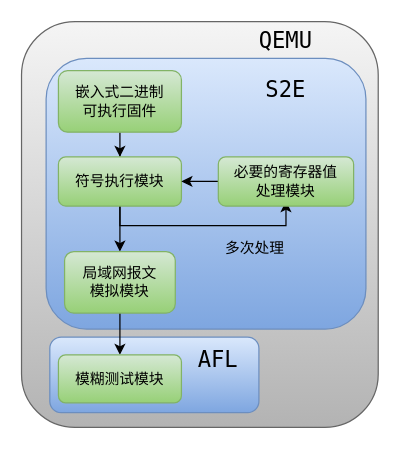
dingiso/TEST_For_Everything keeps this draw.io diagram as page "系统结构" (1 of 6) of DrawIO/BSThesis.drawio. Above is the earlier version. Source tidied: cells renumbered, new cells numbered last; positions are measured from the earlier drawing's top-left corner, leaving out a move shared by most shapes. Both pictures are drawn from the tidied source at 123%, with x=0, y=0 at pixel (21, 21).
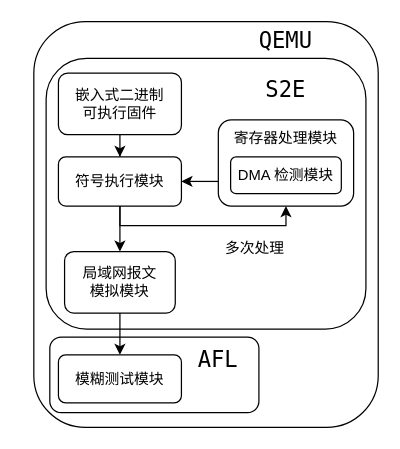
Above is the later version.

Diff of the diagram source:
```diff
@@
-    <mxCell id="2" style="rounded=1;whiteSpace=wrap;html=1;fontFamily=Lucida Console;fillColor=#f5f5f5;gradientColor=#b3b3b3;strokeColor=#666666;" parent="1" vertex="1">
-      <mxGeometry width="290" height="330" as="geometry" />
+    <mxCell id="2" style="rounded=1;whiteSpace=wrap;html=1;fontFamily=Lucida Console;" parent="1" vertex="1">
+      <mxGeometry x="10" width="280" height="330" as="geometry" />
     </mxCell>
-    <mxCell id="3" style="rounded=1;whiteSpace=wrap;html=1;strokeWidth=1;fontFamily=Lucida Console;fillColor=#dae8fc;gradientColor=#7ea6e0;strokeColor=#6c8ebf;" parent="1" vertex="1">
+    <mxCell id="3" style="rounded=1;whiteSpace=wrap;html=1;strokeWidth=1;fontFamily=Lucida Console;" parent="1" vertex="1">
       <mxGeometry x="20" y="30" width="260" height="220" as="geometry" />
     </mxCell>
@@
-    <mxCell id="5" value="&lt;div&gt;嵌入式二进制&lt;/div&gt;&lt;div&gt;可执行固件&lt;/div&gt;" style="rounded=1;whiteSpace=wrap;html=1;fontFamily=Lucida Console;fillColor=#d5e8d4;gradientColor=#97d077;strokeColor=#82b366;" parent="1" vertex="1">
-      <mxGeometry x="30" y="40" width="100" height="50" as="geometry" />
+    <mxCell id="5" value="&lt;div&gt;嵌入式二进制&lt;/div&gt;&lt;div&gt;可执行固件&lt;/div&gt;" style="rounded=1;whiteSpace=wrap;html=1;fontFamily=Lucida Console;" parent="1" vertex="1">
+      <mxGeometry x="30" y="42" width="100" height="50" as="geometry" />
     </mxCell>
@@
-    <mxCell id="7" style="edgeStyle=orthogonalEdgeStyle;rounded=0;orthogonalLoop=1;jettySize=auto;html=1;entryX=0.5;entryY=1;entryDx=0;entryDy=0;fontFamily=Lucida Console;" parent="1" edge="1">
+    <mxCell id="7" style="edgeStyle=orthogonalEdgeStyle;rounded=0;jettySize=auto;html=1;entryX=0.5;entryY=1;entryDx=0;entryDy=0;fontFamily=Lucida Console;" parent="1" edge="1" target="10">
       <mxGeometry relative="1" as="geometry">
         <mxPoint x="80" y="146" as="sourcePoint" />
-        <mxPoint x="215" y="146" as="targetPoint" />
         <Array as="points">
           <mxPoint x="80" y="166" />
           <mxPoint x="215" y="166" />
         </Array>
       </mxGeometry>
     </mxCell>
-    <mxCell id="8" value="符号执行模块" style="rounded=1;whiteSpace=wrap;html=1;fontFamily=Lucida Console;fillColor=#d5e8d4;gradientColor=#97d077;strokeColor=#82b366;" parent="1" vertex="1">
+    <mxCell id="8" value="符号执行模块" style="rounded=1;whiteSpace=wrap;html=1;fontFamily=Lucida Console;" parent="1" vertex="1">
       <mxGeometry x="30" y="110" width="100" height="40" as="geometry" />
     </mxCell>
     <mxCell id="9" style="edgeStyle=orthogonalEdgeStyle;rounded=0;jettySize=auto;html=1;entryX=1;entryY=0.5;entryDx=0;entryDy=0;fontFamily=Lucida Console;" parent="1" edge="1" source="10" target="8">
-      <mxGeometry relative="1" as="geometry" />
+      <mxGeometry relative="1" as="geometry">
+        <Array as="points">
+          <mxPoint x="150" y="130" />
+          <mxPoint x="150" y="130" />
+        </Array>
+      </mxGeometry>
     </mxCell>
-    <mxCell id="10" value="&lt;div&gt;必要的寄存器值&lt;/div&gt;&lt;div&gt;处理模块&lt;/div&gt;" style="rounded=1;whiteSpace=wrap;html=1;fontFamily=Lucida Console;fillColor=#d5e8d4;gradientColor=#97d077;strokeColor=#82b366;" parent="1" vertex="1">
-      <mxGeometry x="160" y="110" width="110" height="40" as="geometry" />
+    <mxCell id="10" style="rounded=1;whiteSpace=wrap;html=1;fontFamily=Lucida Console;" parent="1" vertex="1">
+      <mxGeometry x="160" y="80" width="110" height="70" as="geometry" />
     </mxCell>
-    <mxCell id="11" style="rounded=1;whiteSpace=wrap;html=1;fontFamily=Lucida Console;fillColor=#dae8fc;gradientColor=#7ea6e0;strokeColor=#6c8ebf;" parent="1" vertex="1">
+    <mxCell id="11" style="rounded=1;whiteSpace=wrap;html=1;fontFamily=Lucida Console;" parent="1" vertex="1">
       <mxGeometry x="23" y="256.5" width="170" height="61.5" as="geometry" />
     </mxCell>
@@
-    <mxCell id="13" value="&lt;div&gt;局域网报文&lt;/div&gt;&lt;div&gt;模拟模块&lt;/div&gt;" style="rounded=1;whiteSpace=wrap;html=1;fontFamily=Lucida Console;fillColor=#d5e8d4;gradientColor=#97d077;strokeColor=#82b366;" parent="1" vertex="1">
+    <mxCell id="13" value="&lt;div&gt;局域网报文&lt;/div&gt;&lt;div&gt;模拟模块&lt;/div&gt;" style="rounded=1;whiteSpace=wrap;html=1;fontFamily=Lucida Console;" parent="1" vertex="1">
       <mxGeometry x="35" y="187" width="90" height="50" as="geometry" />
     </mxCell>
-    <mxCell id="14" value="模糊测试模块" style="rounded=1;whiteSpace=wrap;html=1;fontFamily=Lucida Console;fillColor=#d5e8d4;gradientColor=#97d077;strokeColor=#82b366;" parent="1" vertex="1">
+    <mxCell id="14" value="模糊测试模块" style="rounded=1;whiteSpace=wrap;html=1;fontFamily=Lucida Console;" parent="1" vertex="1">
       <mxGeometry x="30" y="271" width="100" height="39" as="geometry" />
     </mxCell>
@@
+    <mxCell id="19" value="DMA 检测模块" style="rounded=1;whiteSpace=wrap;html=1;" parent="1" vertex="1">
+      <mxGeometry x="170" y="110" width="90" height="30" as="geometry" />
+    </mxCell>
+    <mxCell id="20" value="寄存器处理模块" style="text;html=1;strokeColor=none;fillColor=none;align=center;verticalAlign=middle;whiteSpace=wrap;rounded=0;" parent="1" vertex="1">
+      <mxGeometry x="170" y="80" width="90" height="30" as="geometry" />
+    </mxCell>
```
